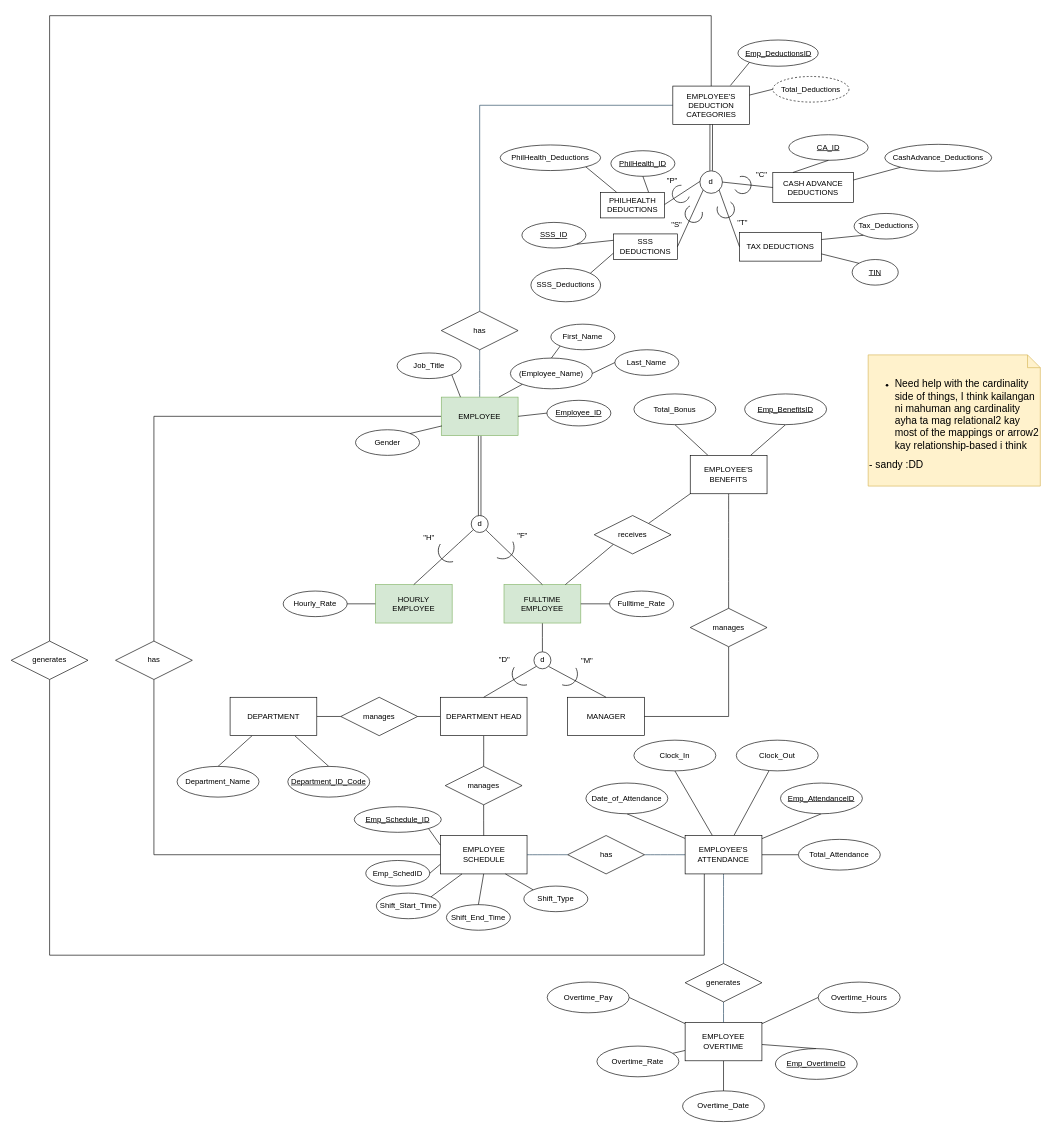
The draw.io diagram page "FINALISMS" (1 of 2) of github-based final nomnom.drawio in SandyLMCD/CC14-payroll-attendance-system, before the edit. Source tidied: cells renumbered, new cells numbered last; positions are measured from the earlier drawing's top-left corner, leaving out a move shared by most shapes. Both pictures are drawn from the tidied source at 64%, with x=0, y=0 at pixel (11, 15).
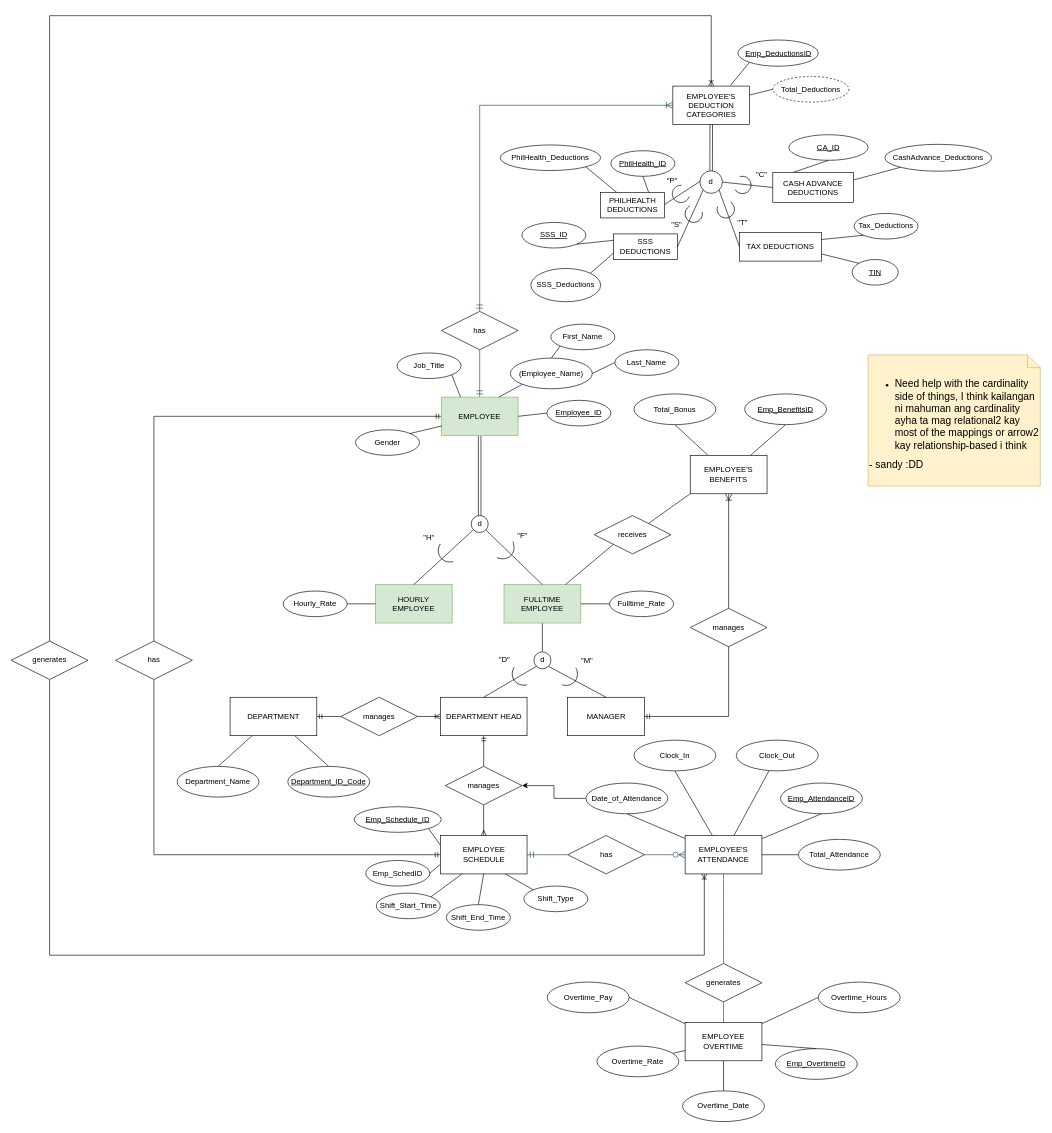
Above is the later version.

Commit message:
added cardinality (not final)

The change refers to these unchanged cells:
```xml
<mxCell id="6" value="EMPLOYEE" style="rounded=0;whiteSpace=wrap;html=1;fillColor=#d5e8d4;strokeColor=#82b366;" parent="1" vertex="1">
  <mxGeometry x="672" y="596" width="120" height="60" as="geometry" />
</mxCell>
<mxCell id="15" value="DEPARTMENT HEAD" style="rounded=0;whiteSpace=wrap;html=1;" parent="1" vertex="1">
  <mxGeometry x="670.5" y="1065" width="135.5" height="60" as="geometry" />
</mxCell>
<mxCell id="16" value="MANAGER" style="rounded=0;whiteSpace=wrap;html=1;" parent="1" vertex="1">
  <mxGeometry x="869.5" y="1065" width="120" height="60" as="geometry" />
</mxCell>
<mxCell id="20" value="manages" style="shape=rhombus;perimeter=rhombusPerimeter;whiteSpace=wrap;html=1;align=center;" parent="1" vertex="1">
  <mxGeometry x="1061" y="926" width="120" height="60" as="geometry" />
</mxCell>
<mxCell id="25" value="EMPLOYEE'S BENEFITS" style="rounded=0;whiteSpace=wrap;html=1;" parent="1" vertex="1">
  <mxGeometry x="1061" y="687" width="120" height="60" as="geometry" />
</mxCell>
<mxCell id="30" value="manages" style="shape=rhombus;perimeter=rhombusPerimeter;whiteSpace=wrap;html=1;align=center;" parent="1" vertex="1">
  <mxGeometry x="515" y="1065" width="120" height="60" as="geometry" />
</mxCell>
<mxCell id="31" value="manages" style="shape=rhombus;perimeter=rhombusPerimeter;whiteSpace=wrap;html=1;align=center;" parent="1" vertex="1">
  <mxGeometry x="678.2" y="1173" width="120" height="60" as="geometry" />
</mxCell>
<mxCell id="33" value="has" style="shape=rhombus;perimeter=rhombusPerimeter;whiteSpace=wrap;html=1;align=center;" parent="1" vertex="1">
  <mxGeometry x="869.5" y="1281" width="120" height="60" as="geometry" />
</mxCell>
<mxCell id="34" value="EMPLOYEE SCHEDULE" style="rounded=0;whiteSpace=wrap;html=1;" parent="1" vertex="1">
  <mxGeometry x="670.5" y="1281" width="135.5" height="60" as="geometry" />
</mxCell>
<mxCell id="42" value="EMPLOYEE'S ATTENDANCE" style="rounded=0;whiteSpace=wrap;html=1;" parent="1" vertex="1">
  <mxGeometry x="1053" y="1281" width="120" height="60" as="geometry" />
</mxCell>
<mxCell id="52" value="has" style="shape=rhombus;perimeter=rhombusPerimeter;whiteSpace=wrap;html=1;align=center;" parent="1" vertex="1">
  <mxGeometry x="163" y="977.2" width="120" height="60" as="geometry" />
</mxCell>
<mxCell id="57" value="DEPARTMENT" style="rounded=0;whiteSpace=wrap;html=1;" parent="1" vertex="1">
  <mxGeometry x="342" y="1065" width="135.5" height="60" as="geometry" />
</mxCell>
<mxCell id="59" value="has" style="shape=rhombus;perimeter=rhombusPerimeter;whiteSpace=wrap;html=1;align=center;" parent="1" vertex="1">
  <mxGeometry x="672" y="462" width="120" height="60" as="geometry" />
</mxCell>
<mxCell id="60" value="EMPLOYEE'S DEDUCTION CATEGORIES" style="rounded=0;whiteSpace=wrap;html=1;" parent="1" vertex="1">
  <mxGeometry x="1033.8" y="110" width="120" height="60" as="geometry" />
</mxCell>
<mxCell id="62" value="generates" style="shape=rhombus;perimeter=rhombusPerimeter;whiteSpace=wrap;html=1;align=center;" parent="1" vertex="1">
  <mxGeometry y="977.2" width="120" height="60" as="geometry" />
</mxCell>
<mxCell id="81" value="Date_of_Attendance" style="ellipse;whiteSpace=wrap;html=1;align=center;" parent="1" vertex="1">
  <mxGeometry x="898" y="1199" width="128" height="48" as="geometry" />
</mxCell>
```

What changed in the source:
```diff
@@
-    <mxCell id="3" style="edgeStyle=orthogonalEdgeStyle;rounded=0;jettySize=auto;html=1;exitX=0;exitY=0.5;exitDx=0;exitDy=0;endArrow=none;endFill=0;" parent="1" edge="1" source="6" target="52">
+    <mxCell id="3" style="edgeStyle=orthogonalEdgeStyle;rounded=0;jettySize=auto;html=1;exitX=0;exitY=0.5;exitDx=0;exitDy=0;endArrow=none;endFill=0;startArrow=ERmandOne;startFill=0;" parent="1" edge="1" source="6" target="52">
       <mxGeometry relative="1" as="geometry" />
     </mxCell>
@@
-    <mxCell id="5" style="edgeStyle=none;curved=1;rounded=0;jettySize=auto;html=1;entryX=0.5;entryY=1;entryDx=0;entryDy=0;strokeColor=#23445D;fontSize=12;startSize=8;endSize=8;endArrow=none;endFill=0;" parent="1" edge="1" source="6" target="59">
+    <mxCell id="5" style="edgeStyle=none;curved=1;rounded=0;jettySize=auto;html=1;entryX=0.5;entryY=1;entryDx=0;entryDy=0;strokeColor=#23445D;fontSize=12;startSize=8;endSize=8;endArrow=none;endFill=0;startArrow=ERmandOne;startFill=0;" parent="1" edge="1" source="6" target="59">
       <mxGeometry relative="1" as="geometry" />
     </mxCell>
@@
-    <mxCell id="13" style="edgeStyle=orthogonalEdgeStyle;rounded=0;jettySize=auto;html=1;exitX=0;exitY=0.5;exitDx=0;exitDy=0;entryX=1;entryY=0.5;entryDx=0;entryDy=0;endArrow=none;endFill=0;" parent="1" edge="1" source="15" target="30">
+    <mxCell id="13" style="edgeStyle=orthogonalEdgeStyle;rounded=0;jettySize=auto;html=1;exitX=0;exitY=0.5;exitDx=0;exitDy=0;entryX=1;entryY=0.5;entryDx=0;entryDy=0;endArrow=none;endFill=0;startArrow=ERoneToMany;startFill=0;" parent="1" edge="1" source="15" target="30">
       <mxGeometry relative="1" as="geometry" />
     </mxCell>
-    <mxCell id="14" style="edgeStyle=orthogonalEdgeStyle;rounded=0;jettySize=auto;html=1;exitX=0.5;exitY=1;exitDx=0;exitDy=0;entryX=0.5;entryY=0;entryDx=0;entryDy=0;endArrow=none;endFill=0;" parent="1" edge="1" source="15" target="31">
+    <mxCell id="14" style="edgeStyle=orthogonalEdgeStyle;rounded=0;jettySize=auto;html=1;exitX=0.5;exitY=1;exitDx=0;exitDy=0;entryX=0.5;entryY=0;entryDx=0;entryDy=0;endArrow=none;endFill=0;startArrow=ERmandOne;startFill=0;" parent="1" edge="1" source="15" target="31">
       <mxGeometry relative="1" as="geometry" />
     </mxCell>
@@
-    <mxCell id="19" style="edgeStyle=orthogonalEdgeStyle;rounded=0;jettySize=auto;html=1;exitX=1;exitY=0.5;exitDx=0;exitDy=0;entryX=0.5;entryY=1;entryDx=0;entryDy=0;endArrow=none;endFill=0;" parent="1" edge="1" source="16" target="20">
+    <mxCell id="19" style="edgeStyle=orthogonalEdgeStyle;rounded=0;jettySize=auto;html=1;exitX=1;exitY=0.5;exitDx=0;exitDy=0;entryX=0.5;entryY=1;entryDx=0;entryDy=0;endArrow=none;endFill=0;startArrow=ERmandOne;startFill=0;" parent="1" edge="1" source="16" target="20">
       <mxGeometry relative="1" as="geometry" />
     </mxCell>
@@
-    <mxCell id="22" style="edgeStyle=none;curved=1;rounded=0;jettySize=auto;html=1;fontSize=12;startSize=8;endSize=8;endArrow=none;endFill=0;" parent="1" edge="1" source="25" target="20">
+    <mxCell id="22" style="edgeStyle=none;curved=1;rounded=0;jettySize=auto;html=1;fontSize=12;startSize=8;endSize=8;endArrow=none;endFill=0;startArrow=ERoneToMany;startFill=0;" parent="1" edge="1" source="25" target="20">
       <mxGeometry relative="1" as="geometry" />
     </mxCell>
@@
-    <mxCell id="29" style="edgeStyle=orthogonalEdgeStyle;rounded=0;jettySize=auto;html=1;exitX=0;exitY=0.5;exitDx=0;exitDy=0;entryX=1;entryY=0.5;entryDx=0;entryDy=0;endArrow=none;endFill=0;" parent="1" edge="1" source="30" target="57">
+    <mxCell id="29" style="edgeStyle=orthogonalEdgeStyle;rounded=0;jettySize=auto;html=1;exitX=0;exitY=0.5;exitDx=0;exitDy=0;entryX=1;entryY=0.5;entryDx=0;entryDy=0;endArrow=ERmandOne;endFill=0;" parent="1" edge="1" source="30" target="57">
       <mxGeometry relative="1" as="geometry" />
     </mxCell>
@@
-    <mxCell id="32" style="edgeStyle=none;curved=1;rounded=0;jettySize=auto;html=1;entryX=0;entryY=0.5;entryDx=0;entryDy=0;strokeColor=#23445D;fontSize=12;startSize=8;endSize=8;endArrow=none;endFill=0;" parent="1" edge="1" source="33" target="42">
+    <mxCell id="32" style="edgeStyle=none;curved=1;rounded=0;jettySize=auto;html=1;entryX=0;entryY=0.5;entryDx=0;entryDy=0;strokeColor=#23445D;fontSize=12;startSize=8;endSize=8;endArrow=ERzeroToMany;endFill=0;" parent="1" edge="1" source="33" target="42">
       <mxGeometry relative="1" as="geometry" />
     </mxCell>
@@
-    <mxCell id="36" style="edgeStyle=orthogonalEdgeStyle;rounded=0;jettySize=auto;html=1;exitX=0.25;exitY=1;exitDx=0;exitDy=0;entryX=0.5;entryY=1;entryDx=0;entryDy=0;endArrow=none;endFill=0;" parent="1" edge="1" source="42" target="62">
+    <mxCell id="36" style="edgeStyle=orthogonalEdgeStyle;rounded=0;jettySize=auto;html=1;exitX=0.25;exitY=1;exitDx=0;exitDy=0;entryX=0.5;entryY=1;entryDx=0;entryDy=0;endArrow=none;endFill=0;startArrow=ERoneToMany;startFill=0;" parent="1" edge="1" source="42" target="62">
       <mxGeometry relative="1" as="geometry">
         <Array as="points">
           <mxPoint x="1083" y="1468" />
           <mxPoint x="60" y="1468" />
         </Array>
       </mxGeometry>
     </mxCell>
@@
-    <mxCell id="50" style="edgeStyle=orthogonalEdgeStyle;rounded=0;jettySize=auto;html=1;exitX=0.5;exitY=1;exitDx=0;exitDy=0;entryX=0;entryY=0.5;entryDx=0;entryDy=0;endArrow=none;endFill=0;" parent="1" edge="1" source="52" target="34">
+    <mxCell id="50" style="edgeStyle=orthogonalEdgeStyle;rounded=0;jettySize=auto;html=1;exitX=0.5;exitY=1;exitDx=0;exitDy=0;entryX=0;entryY=0.5;entryDx=0;entryDy=0;endArrow=ERmandOne;endFill=0;" parent="1" edge="1" source="52" target="34">
       <mxGeometry relative="1" as="geometry" />
     </mxCell>
@@
-    <mxCell id="53" style="edgeStyle=orthogonalEdgeStyle;rounded=0;jettySize=auto;html=1;exitX=0.5;exitY=1;exitDx=0;exitDy=0;endArrow=none;endFill=0;" parent="1" edge="1" source="31" target="34">
+    <mxCell id="53" style="edgeStyle=orthogonalEdgeStyle;rounded=0;jettySize=auto;html=1;exitX=0.5;exitY=1;exitDx=0;exitDy=0;endArrow=ERmany;endFill=0;" parent="1" edge="1" source="31" target="34">
       <mxGeometry relative="1" as="geometry" />
     </mxCell>
-    <mxCell id="54" style="edgeStyle=none;curved=1;rounded=0;jettySize=auto;html=1;strokeColor=#23445D;fontSize=12;startSize=8;endSize=8;endArrow=none;endFill=0;entryX=0;entryY=0.5;entryDx=0;entryDy=0;" parent="1" edge="1" source="34" target="33">
+    <mxCell id="54" style="edgeStyle=none;curved=1;rounded=0;jettySize=auto;html=1;strokeColor=#23445D;fontSize=12;startSize=8;endSize=8;endArrow=none;endFill=0;entryX=0;entryY=0.5;entryDx=0;entryDy=0;startArrow=ERmandOne;startFill=0;" parent="1" edge="1" source="34" target="33">
       <mxGeometry relative="1" as="geometry" />
     </mxCell>
@@
-    <mxCell id="58" style="edgeStyle=orthogonalEdgeStyle;rounded=0;jettySize=auto;html=1;strokeColor=#23445D;fontSize=12;startSize=8;endSize=8;endArrow=none;endFill=0;entryX=0;entryY=0.5;entryDx=0;entryDy=0;exitX=0.5;exitY=0;exitDx=0;exitDy=0;" parent="1" edge="1" source="59" target="60">
+    <mxCell id="58" style="edgeStyle=orthogonalEdgeStyle;rounded=0;jettySize=auto;html=1;strokeColor=#23445D;fontSize=12;startSize=8;endSize=8;endArrow=ERoneToMany;endFill=0;entryX=0;entryY=0.5;entryDx=0;entryDy=0;exitX=0.5;exitY=0;exitDx=0;exitDy=0;startArrow=ERmandOne;startFill=0;" parent="1" edge="1" source="59" target="60">
       <mxGeometry relative="1" as="geometry">
         <Array as="points">
           <mxPoint x="732" y="140" />
         </Array>
       </mxGeometry>
     </mxCell>
@@
-    <mxCell id="61" style="edgeStyle=orthogonalEdgeStyle;rounded=0;jettySize=auto;html=1;exitX=0.5;exitY=0;exitDx=0;exitDy=0;entryX=0.5;entryY=0;entryDx=0;entryDy=0;endArrow=none;endFill=0;" parent="1" edge="1" source="62" target="60">
+    <mxCell id="61" style="edgeStyle=orthogonalEdgeStyle;rounded=0;jettySize=auto;html=1;exitX=0.5;exitY=0;exitDx=0;exitDy=0;entryX=0.5;entryY=0;entryDx=0;entryDy=0;endArrow=ERoneToMany;endFill=0;" parent="1" edge="1" source="62" target="60">
       <mxGeometry relative="1" as="geometry">
         <Array as="points">
           <mxPoint x="60" />
           <mxPoint x="1094" />
         </Array>
       </mxGeometry>
     </mxCell>
@@
+    <mxCell id="150" style="edgeStyle=orthogonalEdgeStyle;rounded=0;jettySize=auto;html=1;" parent="1" edge="1" source="81" target="31">
+      <mxGeometry relative="1" as="geometry" />
+    </mxCell>
```
